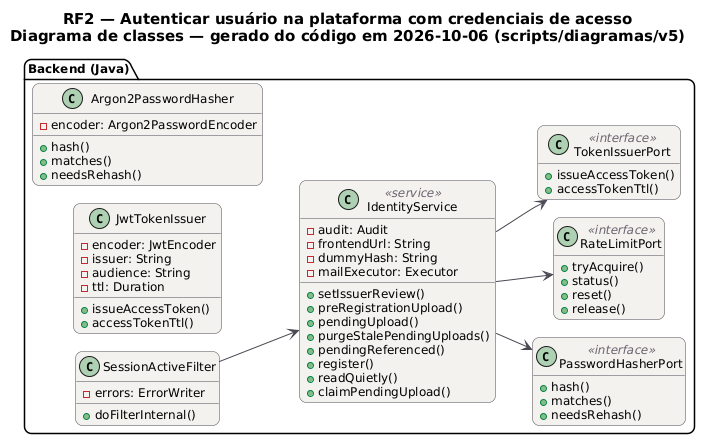
MatheusHaliski/tcc-2026-fashion-ai-backend keeps this PlantUML diagram as docs/diagramas/RF2/RF2_Classes.png. Above is the earlier version.
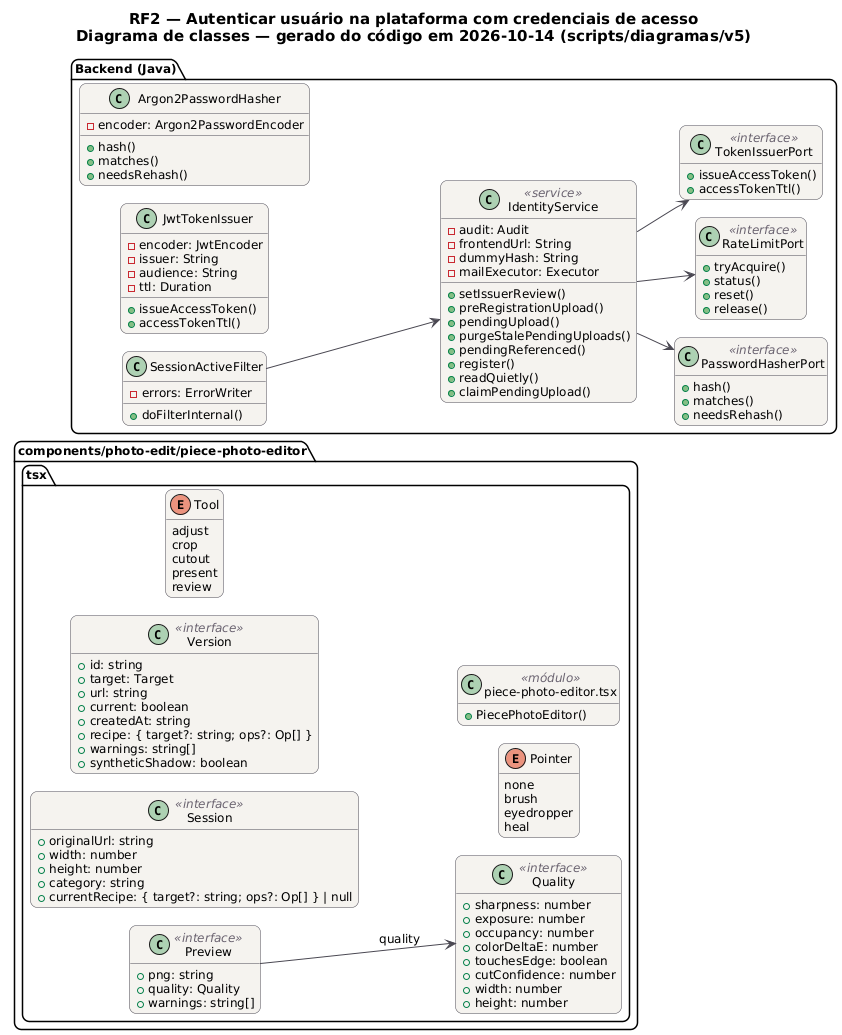
The same diagram one commit later.

What changed in the source:
```diff
@@ -20,8 +20,58 @@
 }
 hide empty members
 left to right direction
-title RF2 — Autenticar usuário na plataforma com credenciais de acesso\nDiagrama de classes — gerado do código em 2026-10-06 (scripts/diagramas/v5)
+title RF2 — Autenticar usuário na plataforma com credenciais de acesso\nDiagrama de classes — gerado do código em 2026-10-14 (scripts/diagramas/v5)
 
+package "components/photo-edit/piece-photo-editor.tsx" {
+  class Session as "Session" <<interface>> {
+    +originalUrl: string
+    +width: number
+    +height: number
+    +category: string
+    +currentRecipe: { target?: string; ops?: Op[] } | null
+  }
+  class Quality as "Quality" <<interface>> {
+    +sharpness: number
+    +exposure: number
+    +occupancy: number
+    +colorDeltaE: number
+    +touchesEdge: boolean
+    +cutConfidence: number
+    +width: number
+    +height: number
+  }
+  class Version as "Version" <<interface>> {
+    +id: string
+    +target: Target
+    +url: string
+    +current: boolean
+    +createdAt: string
+    +recipe: { target?: string; ops?: Op[] }
+    +warnings: string[]
+    +syntheticShadow: boolean
+  }
+  class Preview as "Preview" <<interface>> {
+    +png: string
+    +quality: Quality
+    +warnings: string[]
+  }
+  enum Tool as "Tool" {
+    adjust
+    crop
+    cutout
+    present
+    review
+  }
+  enum Pointer as "Pointer" {
+    none
+    brush
+    eyedropper
+    heal
+  }
+  class mod_piece_photo_editor_tsx as "piece-photo-editor.tsx" <<módulo>> {
+    +PiecePhotoEditor()
+  }
+}
 package "Backend (Java)" {
   class PasswordHasherPort <<interface>> {
     +hash()
@@ -75,4 +125,5 @@
 IdentityService --> TokenIssuerPort
 IdentityService --> RateLimitPort
 SessionActiveFilter --> IdentityService
+Preview --> Quality : quality
 @enduml
```
